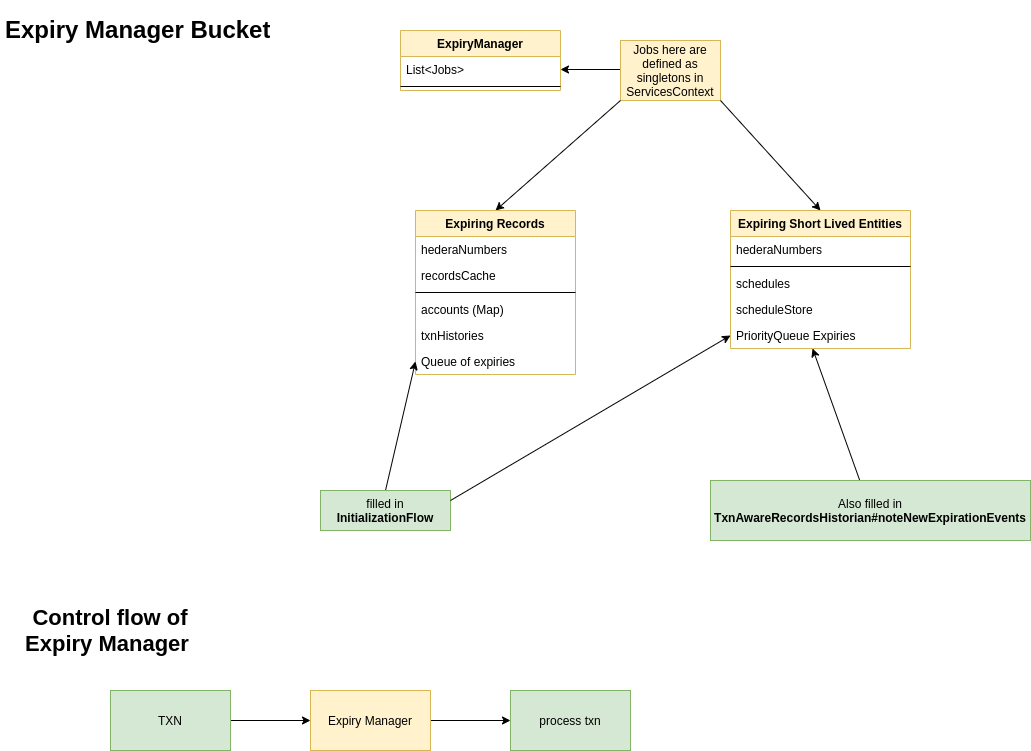
Above: docs/expiry-and-auto-renewal/images/expiry-manager-bucket.png in hashgraph/hedera-services (draw.io), before the change. Source tidied: cells renumbered, new cells last; positions are measured from the earlier drawing's top-left corner, leaving out a move shared by most shapes.
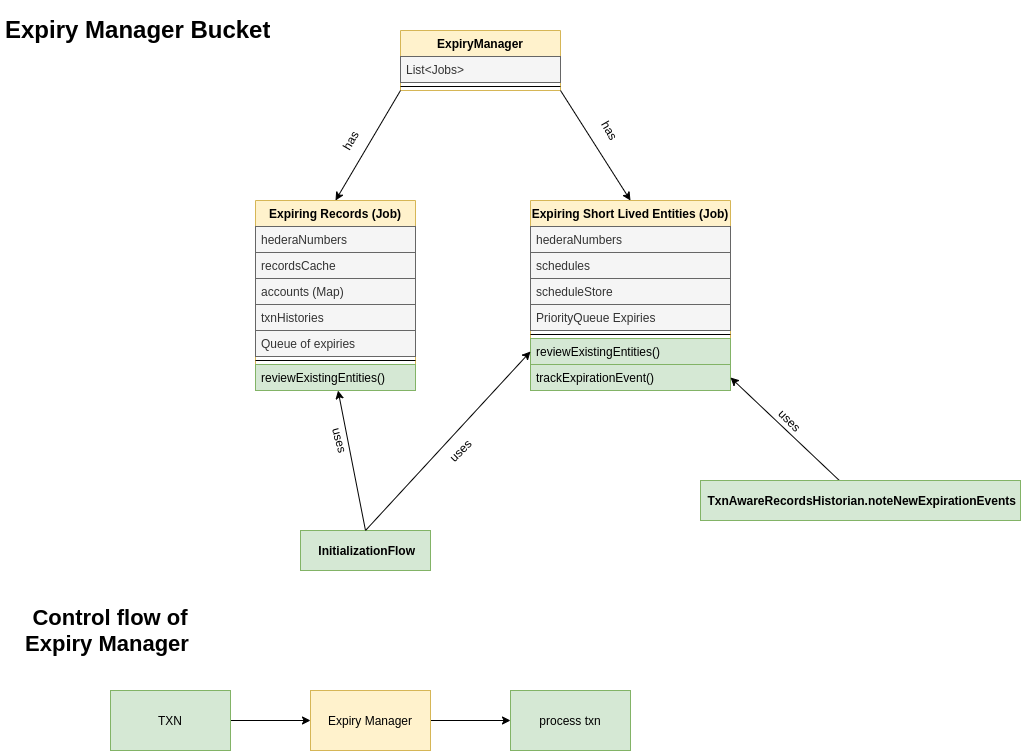
After the change.

Diff of the diagram source:
```diff
@@ -5,7 +5,7 @@
     <mxCell id="2" value="ExpiryManager" style="swimlane;fontStyle=1;align=center;verticalAlign=top;horizontal=1;startSize=26;fillColor=#fff2cc;strokeColor=#d6b656;" parent="1" vertex="1">
       <mxGeometry x="400" y="20" width="160" height="60" as="geometry" />
     </mxCell>
-    <mxCell id="3" value="List&lt;Jobs&gt;" style="text;strokeColor=none;fillColor=none;align=left;verticalAlign=top;spacingLeft=4;spacingRight=4;overflow=hidden;points=[[0,0.5],[1,0.5]];portConstraint=eastwest;" parent="2" vertex="1">
+    <mxCell id="3" value="List&lt;Jobs&gt;" style="text;strokeColor=#666666;fillColor=#f5f5f5;align=left;verticalAlign=top;spacingLeft=4;spacingRight=4;overflow=hidden;points=[[0,0.5],[1,0.5]];portConstraint=eastwest;fontColor=#333333;" parent="2" vertex="1">
       <mxGeometry y="26" width="160" height="26" as="geometry" />
     </mxCell>
     <mxCell id="4" style="line;strokeWidth=1;fillColor=none;align=left;verticalAlign=middle;spacingTop=-1;spacingLeft=3;spacingRight=3;labelPosition=right;" parent="2" vertex="1">
@@ -14,73 +14,74 @@
     <mxCell id="5" value="&lt;h1&gt;Expiry Manager Bucket&lt;/h1&gt;" style="text;html=1;strokeColor=none;fillColor=none;spacing=5;spacingTop=-20;whiteSpace=wrap;overflow=hidden;rounded=0;" parent="1" vertex="1">
       <mxGeometry width="290" height="60" as="geometry" />
     </mxCell>
-    <mxCell id="6" style="endArrow=classic;html=1;entryX=1;entryY=0.5;entryDx=0;entryDy=0;" parent="1" edge="1" target="3">
-      <mxGeometry relative="1" as="geometry">
-        <mxPoint x="620" y="59" as="sourcePoint" />
-      </mxGeometry>
-    </mxCell>
-    <mxCell id="7" value="Jobs here are defined as singletons in ServicesContext" style="text;html=1;strokeColor=#d6b656;fillColor=#fff2cc;align=center;verticalAlign=middle;whiteSpace=wrap;rounded=0;" parent="1" vertex="1">
-      <mxGeometry x="620" y="30" width="100" height="60" as="geometry" />
-    </mxCell>
-    <mxCell id="8" style="endArrow=classic;html=1;exitX=0;exitY=1;exitDx=0;exitDy=0;entryX=0.5;entryY=0;entryDx=0;entryDy=0;" parent="1" edge="1" source="7" target="10">
+    <mxCell id="8" style="endArrow=classic;html=1;exitX=0;exitY=1;exitDx=0;exitDy=0;entryX=0.5;entryY=0;entryDx=0;entryDy=0;" parent="1" edge="1" source="2" target="10">
       <mxGeometry relative="1" as="geometry" />
     </mxCell>
-    <mxCell id="9" style="endArrow=classic;html=1;exitX=1;exitY=1;exitDx=0;exitDy=0;entryX=0.5;entryY=0;entryDx=0;entryDy=0;" parent="1" edge="1" source="7" target="17">
+    <mxCell id="9" style="endArrow=classic;html=1;exitX=1;exitY=1;exitDx=0;exitDy=0;entryX=0.5;entryY=0;entryDx=0;entryDy=0;" parent="1" edge="1" source="2" target="17">
       <mxGeometry relative="1" as="geometry" />
     </mxCell>
-    <mxCell id="10" value="Expiring Records" style="swimlane;fontStyle=1;align=center;verticalAlign=top;horizontal=1;startSize=26;fillColor=#fff2cc;strokeColor=#d6b656;" parent="1" vertex="1">
-      <mxGeometry x="415" y="200" width="160" height="164" as="geometry" />
+    <mxCell id="10" value="Expiring Records (Job)" style="swimlane;fontStyle=1;align=center;verticalAlign=top;horizontal=1;startSize=26;fillColor=#fff2cc;strokeColor=#d6b656;" parent="1" vertex="1">
+      <mxGeometry x="255" y="190" width="160" height="190" as="geometry" />
     </mxCell>
-    <mxCell id="11" value="hederaNumbers" style="text;strokeColor=none;fillColor=none;align=left;verticalAlign=top;spacingLeft=4;spacingRight=4;overflow=hidden;" parent="10" vertex="1">
+    <mxCell id="11" value="hederaNumbers" style="text;strokeColor=#666666;fillColor=#f5f5f5;align=left;verticalAlign=top;spacingLeft=4;spacingRight=4;overflow=hidden;fontColor=#333333;" parent="10" vertex="1">
       <mxGeometry y="26" width="160" height="26" as="geometry" />
     </mxCell>
-    <mxCell id="12" value="recordsCache" style="text;strokeColor=none;fillColor=none;align=left;verticalAlign=top;spacingLeft=4;spacingRight=4;overflow=hidden;" parent="10" vertex="1">
+    <mxCell id="12" value="recordsCache" style="text;strokeColor=#666666;fillColor=#f5f5f5;align=left;verticalAlign=top;spacingLeft=4;spacingRight=4;overflow=hidden;fontColor=#333333;" parent="10" vertex="1">
       <mxGeometry y="52" width="160" height="26" as="geometry" />
     </mxCell>
-    <mxCell id="13" style="line;strokeWidth=1;fillColor=none;align=left;verticalAlign=middle;spacingTop=-1;spacingLeft=3;spacingRight=3;labelPosition=right;" parent="10" vertex="1">
-      <mxGeometry y="78" width="160" height="8" as="geometry" />
-    </mxCell>
-    <mxCell id="14" value="accounts (Map)" style="text;strokeColor=none;fillColor=none;align=left;verticalAlign=top;spacingLeft=4;spacingRight=4;overflow=hidden;" parent="10" vertex="1">
-      <mxGeometry y="86" width="160" height="26" as="geometry" />
+    <mxCell id="14" value="accounts (Map)" style="text;strokeColor=#666666;fillColor=#f5f5f5;align=left;verticalAlign=top;spacingLeft=4;spacingRight=4;overflow=hidden;fontColor=#333333;" parent="10" vertex="1">
+      <mxGeometry y="78" width="160" height="26" as="geometry" />
     </mxCell>
-    <mxCell id="15" value="txnHistories" style="text;strokeColor=none;fillColor=none;align=left;verticalAlign=top;spacingLeft=4;spacingRight=4;overflow=hidden;" parent="10" vertex="1">
-      <mxGeometry y="112" width="160" height="26" as="geometry" />
+    <mxCell id="15" value="txnHistories" style="text;strokeColor=#666666;fillColor=#f5f5f5;align=left;verticalAlign=top;spacingLeft=4;spacingRight=4;overflow=hidden;fontColor=#333333;" parent="10" vertex="1">
+      <mxGeometry y="104" width="160" height="26" as="geometry" />
     </mxCell>
-    <mxCell id="16" value="Queue of expiries" style="text;strokeColor=none;fillColor=none;align=left;verticalAlign=top;spacingLeft=4;spacingRight=4;overflow=hidden;points=[[0,0.5],[1,0.5]];portConstraint=eastwest;" parent="10" vertex="1">
-      <mxGeometry y="138" width="160" height="26" as="geometry" />
+    <mxCell id="16" value="Queue of expiries" style="text;strokeColor=#666666;fillColor=#f5f5f5;align=left;verticalAlign=top;spacingLeft=4;spacingRight=4;overflow=hidden;points=[[0,0.5],[1,0.5]];portConstraint=eastwest;fontColor=#333333;" parent="10" vertex="1">
+      <mxGeometry y="130" width="160" height="26" as="geometry" />
     </mxCell>
+    <mxCell id="34" style="line;strokeWidth=1;fillColor=none;align=left;verticalAlign=middle;spacingTop=-1;spacingLeft=3;spacingRight=3;labelPosition=right;" parent="10" vertex="1">
+      <mxGeometry y="156" width="160" height="8" as="geometry" />
+    </mxCell>
+    <mxCell id="35" value="reviewExistingEntities()" style="text;strokeColor=#82b366;fillColor=#d5e8d4;align=left;verticalAlign=top;spacingLeft=4;spacingRight=4;overflow=hidden;points=[[0,0.5],[1,0.5]];portConstraint=eastwest;" parent="10" vertex="1">
+      <mxGeometry y="164" width="160" height="26" as="geometry" />
+    </mxCell>
-    <mxCell id="17" value="Expiring Short Lived Entities" style="swimlane;fontStyle=1;align=center;verticalAlign=top;horizontal=1;startSize=26;fillColor=#fff2cc;strokeColor=#d6b656;" parent="1" vertex="1">
-      <mxGeometry x="730" y="200" width="180" height="138" as="geometry" />
+    <mxCell id="17" value="Expiring Short Lived Entities (Job)" style="swimlane;fontStyle=1;align=center;verticalAlign=top;horizontal=1;startSize=26;fillColor=#fff2cc;strokeColor=#d6b656;" parent="1" vertex="1">
+      <mxGeometry x="530" y="190" width="200" height="190" as="geometry" />
     </mxCell>
-    <mxCell id="18" value="hederaNumbers" style="text;strokeColor=none;fillColor=none;align=left;verticalAlign=top;spacingLeft=4;spacingRight=4;overflow=hidden;" parent="17" vertex="1">
-      <mxGeometry y="26" width="180" height="26" as="geometry" />
+    <mxCell id="18" value="hederaNumbers" style="text;strokeColor=#666666;fillColor=#f5f5f5;align=left;verticalAlign=top;spacingLeft=4;spacingRight=4;overflow=hidden;fontColor=#333333;" parent="17" vertex="1">
+      <mxGeometry y="26" width="200" height="26" as="geometry" />
     </mxCell>
-    <mxCell id="19" style="line;strokeWidth=1;fillColor=none;align=left;verticalAlign=middle;spacingTop=-1;spacingLeft=3;spacingRight=3;labelPosition=right;" parent="17" vertex="1">
-      <mxGeometry y="52" width="180" height="8" as="geometry" />
-    </mxCell>
-    <mxCell id="20" value="schedules" style="text;strokeColor=none;fillColor=none;align=left;verticalAlign=top;spacingLeft=4;spacingRight=4;overflow=hidden;" parent="17" vertex="1">
-      <mxGeometry y="60" width="180" height="26" as="geometry" />
+    <mxCell id="20" value="schedules" style="text;strokeColor=#666666;fillColor=#f5f5f5;align=left;verticalAlign=top;spacingLeft=4;spacingRight=4;overflow=hidden;fontColor=#333333;" parent="17" vertex="1">
+      <mxGeometry y="52" width="200" height="26" as="geometry" />
     </mxCell>
-    <mxCell id="21" value="scheduleStore" style="text;strokeColor=none;fillColor=none;align=left;verticalAlign=top;spacingLeft=4;spacingRight=4;overflow=hidden;" parent="17" vertex="1">
-      <mxGeometry y="86" width="180" height="26" as="geometry" />
+    <mxCell id="21" value="scheduleStore" style="text;strokeColor=#666666;fillColor=#f5f5f5;align=left;verticalAlign=top;spacingLeft=4;spacingRight=4;overflow=hidden;fontColor=#333333;" parent="17" vertex="1">
+      <mxGeometry y="78" width="200" height="26" as="geometry" />
     </mxCell>
-    <mxCell id="22" value="PriorityQueue Expiries" style="text;strokeColor=none;fillColor=none;align=left;verticalAlign=top;spacingLeft=4;spacingRight=4;overflow=hidden;points=[[0,0.5],[1,0.5]];portConstraint=eastwest;" parent="17" vertex="1">
-      <mxGeometry y="112" width="180" height="26" as="geometry" />
+    <mxCell id="22" value="PriorityQueue Expiries" style="text;strokeColor=#666666;fillColor=#f5f5f5;align=left;verticalAlign=top;spacingLeft=4;spacingRight=4;overflow=hidden;points=[[0,0.5],[1,0.5]];portConstraint=eastwest;fontColor=#333333;" parent="17" vertex="1">
+      <mxGeometry y="104" width="200" height="26" as="geometry" />
     </mxCell>
+    <mxCell id="36" style="line;strokeWidth=1;fillColor=none;align=left;verticalAlign=middle;spacingTop=-1;spacingLeft=3;spacingRight=3;labelPosition=right;" parent="17" vertex="1">
+      <mxGeometry y="130" width="200" height="8" as="geometry" />
+    </mxCell>
+    <mxCell id="37" value="reviewExistingEntities()" style="text;strokeColor=#82b366;fillColor=#d5e8d4;align=left;verticalAlign=top;spacingLeft=4;spacingRight=4;overflow=hidden;points=[[0,0.5],[1,0.5]];portConstraint=eastwest;" parent="17" vertex="1">
+      <mxGeometry y="138" width="200" height="26" as="geometry" />
+    </mxCell>
+    <mxCell id="38" value="trackExpirationEvent()" style="text;strokeColor=#82b366;fillColor=#d5e8d4;align=left;verticalAlign=top;spacingLeft=4;spacingRight=4;overflow=hidden;points=[[0,0.5],[1,0.5]];portConstraint=eastwest;" parent="17" vertex="1">
+      <mxGeometry y="164" width="200" height="26" as="geometry" />
+    </mxCell>
-    <mxCell id="23" style="endArrow=classic;html=1;entryX=0;entryY=0.5;entryDx=0;entryDy=0;exitX=0.5;exitY=0;exitDx=0;exitDy=0;" parent="1" edge="1" source="24" target="16">
+    <mxCell id="23" style="endArrow=classic;html=1;exitX=0.5;exitY=0;exitDx=0;exitDy=0;" parent="1" edge="1" source="24" target="35">
       <mxGeometry relative="1" as="geometry" />
     </mxCell>
-    <mxCell id="24" value="filled in &lt;b&gt;InitializationFlow&lt;/b&gt;" style="text;html=1;strokeColor=#82b366;fillColor=#d5e8d4;align=center;verticalAlign=middle;whiteSpace=wrap;rounded=0;" parent="1" vertex="1">
-      <mxGeometry x="320" y="480" width="130" height="40" as="geometry" />
+    <mxCell id="24" value="&amp;nbsp;&lt;b&gt;InitializationFlow&lt;/b&gt;" style="text;html=1;strokeColor=#82b366;fillColor=#d5e8d4;align=center;verticalAlign=middle;whiteSpace=wrap;rounded=0;" parent="1" vertex="1">
+      <mxGeometry x="300" y="520" width="130" height="40" as="geometry" />
     </mxCell>
-    <mxCell id="25" style="endArrow=classic;html=1;entryX=0;entryY=0.5;entryDx=0;entryDy=0;exitX=1;exitY=0.25;exitDx=0;exitDy=0;" parent="1" edge="1" source="24" target="22">
+    <mxCell id="25" style="endArrow=classic;html=1;exitX=0.5;exitY=0;exitDx=0;exitDy=0;entryX=0;entryY=0.5;entryDx=0;entryDy=0;" parent="1" edge="1" source="24" target="37">
       <mxGeometry relative="1" as="geometry" />
     </mxCell>
-    <mxCell id="26" style="endArrow=classic;html=1;entryX=0.456;entryY=1;entryDx=0;entryDy=0;entryPerimeter=0;" parent="1" edge="1" source="27" target="22">
+    <mxCell id="26" style="endArrow=classic;html=1;entryX=1;entryY=0.5;entryDx=0;entryDy=0;" parent="1" edge="1" source="27" target="38">
       <mxGeometry relative="1" as="geometry" />
     </mxCell>
-    <mxCell id="27" value="Also filled in &lt;b&gt;TxnAwareRecordsHistorian#noteNewExpirationEvents&lt;/b&gt;" style="text;html=1;strokeColor=#82b366;fillColor=#d5e8d4;align=center;verticalAlign=middle;whiteSpace=wrap;rounded=0;" parent="1" vertex="1">
-      <mxGeometry x="710" y="470" width="320" height="60" as="geometry" />
+    <mxCell id="27" value="&amp;nbsp;&lt;b&gt;TxnAwareRecordsHistorian.noteNewExpirationEvents&lt;/b&gt;" style="text;html=1;strokeColor=#82b366;fillColor=#d5e8d4;align=center;verticalAlign=middle;whiteSpace=wrap;rounded=0;" parent="1" vertex="1">
+      <mxGeometry x="700" y="470" width="320" height="40" as="geometry" />
     </mxCell>
     <mxCell id="28" value="Control flow of Expiry Manager&amp;nbsp;" style="text;html=1;strokeColor=none;fillColor=none;align=center;verticalAlign=middle;whiteSpace=wrap;rounded=0;fontSize=22;fontStyle=1;" parent="1" vertex="1">
       <mxGeometry y="560" width="220" height="120" as="geometry" />
@@ -100,5 +101,20 @@
     <mxCell id="33" value="process txn" style="whiteSpace=wrap;html=1;rounded=0;fontSize=12;fillColor=#d5e8d4;strokeColor=#82b366;" parent="1" vertex="1">
       <mxGeometry x="510" y="680" width="120" height="60" as="geometry" />
     </mxCell>
+    <mxCell id="39" value="has" style="text;html=1;strokeColor=none;fillColor=none;align=center;verticalAlign=middle;whiteSpace=wrap;rounded=0;rotation=60;" parent="1" vertex="1">
+      <mxGeometry x="590" y="110" width="40" height="20" as="geometry" />
+    </mxCell>
+    <mxCell id="40" value="has" style="text;html=1;strokeColor=none;fillColor=none;align=center;verticalAlign=middle;whiteSpace=wrap;rounded=0;rotation=-60;" parent="1" vertex="1">
+      <mxGeometry x="330" y="120" width="40" height="20" as="geometry" />
+    </mxCell>
+    <mxCell id="41" value="uses" style="text;html=1;strokeColor=none;fillColor=none;align=center;verticalAlign=middle;whiteSpace=wrap;rounded=0;rotation=75;" parent="1" vertex="1">
+      <mxGeometry x="320" y="420" width="40" height="20" as="geometry" />
+    </mxCell>
+    <mxCell id="42" value="uses" style="text;html=1;strokeColor=none;fillColor=none;align=center;verticalAlign=middle;whiteSpace=wrap;rounded=0;rotation=45;" parent="1" vertex="1">
+      <mxGeometry x="770" y="400" width="40" height="20" as="geometry" />
+    </mxCell>
+    <mxCell id="43" value="uses" style="text;html=1;strokeColor=none;fillColor=none;align=center;verticalAlign=middle;whiteSpace=wrap;rounded=0;rotation=-45;" parent="1" vertex="1">
+      <mxGeometry x="440" y="430" width="40" height="20" as="geometry" />
+    </mxCell>
   </root>
 </mxGraphModel>
```
